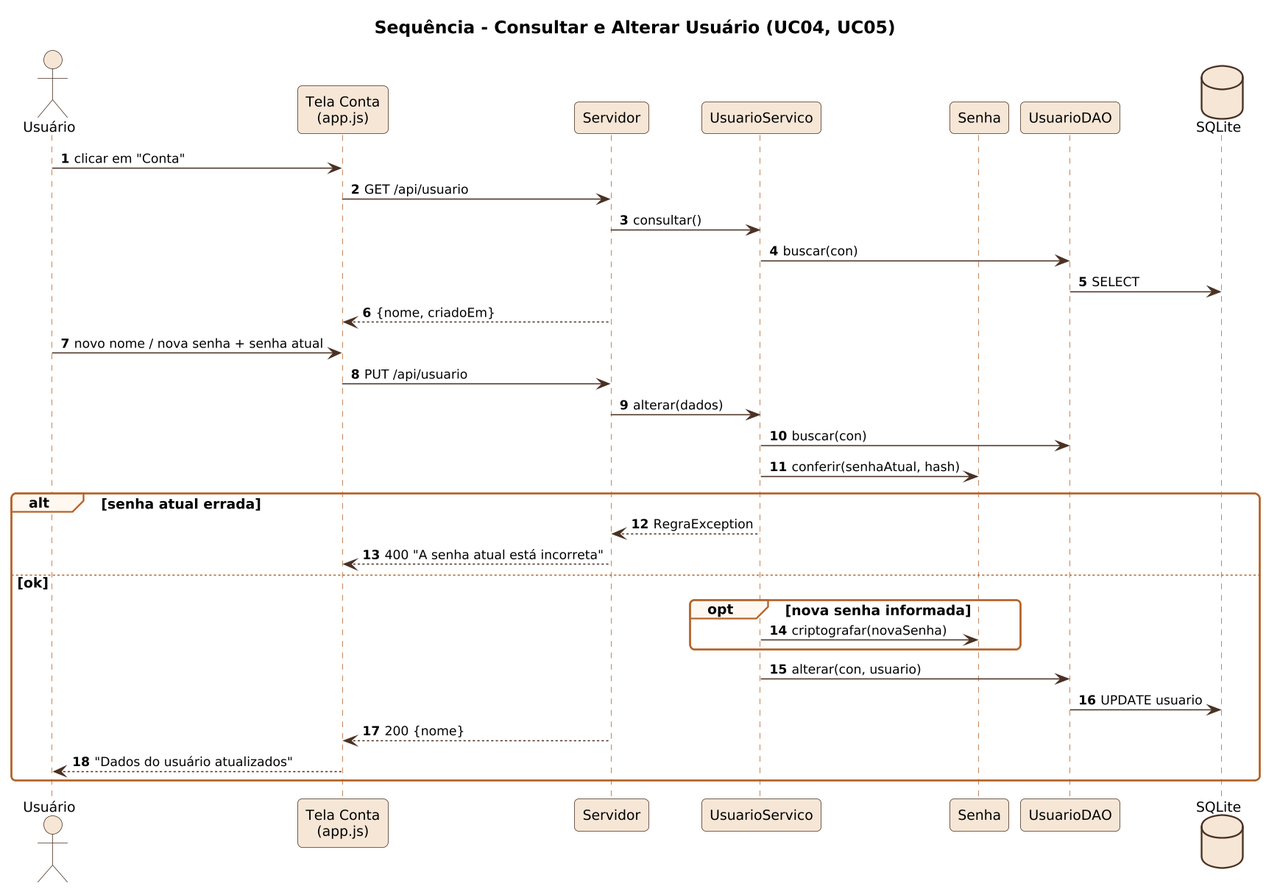
The PlantUML diagram docs/diagramas/png/S03_seq_alterar_usuario.png in Hallff/ConfeitaSys, before a commit.
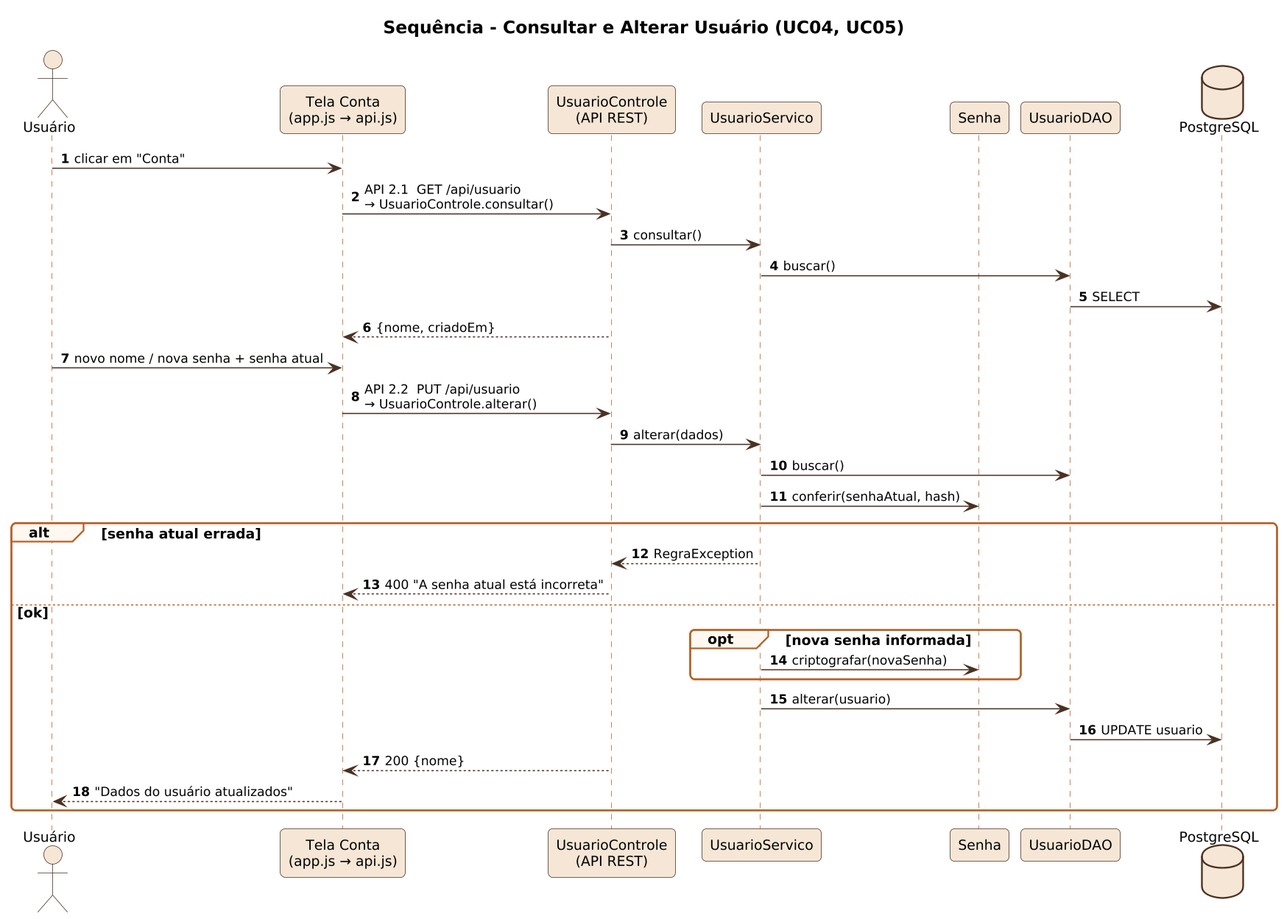
The same diagram one commit later.

The edit, as a diff of the source:
```diff
@@ -2,22 +2,22 @@
 !include _seq.iuml
 title Sequência - Consultar e Alterar Usuário (UC04, UC05)
 actor Usuário as U
-participant "Tela Conta\n(app.js)" as T
-participant Servidor as S
+participant "Tela Conta\n(app.js → api.js)" as T
+participant "UsuarioControle\n(API REST)" as S
 participant UsuarioServico as US
 participant Senha
 participant UsuarioDAO as D
-database SQLite as DB
+database "PostgreSQL" as DB
 U -> T : clicar em "Conta"
-T -> S : GET /api/usuario
+T -> S : API 2.1  GET /api/usuario\n→ UsuarioControle.consultar()
 S -> US : consultar()
-US -> D : buscar(con)
+US -> D : buscar()
 D -> DB : SELECT
 S --> T : {nome, criadoEm}
 U -> T : novo nome / nova senha + senha atual
-T -> S : PUT /api/usuario
+T -> S : API 2.2  PUT /api/usuario\n→ UsuarioControle.alterar()
 S -> US : alterar(dados)
-US -> D : buscar(con)
+US -> D : buscar()
 US -> Senha : conferir(senhaAtual, hash)
 alt senha atual errada
   US --> S : RegraException
@@ -26,7 +26,7 @@
   opt nova senha informada
     US -> Senha : criptografar(novaSenha)
   end
-  US -> D : alterar(con, usuario)
+  US -> D : alterar(usuario)
   D -> DB : UPDATE usuario
   S --> T : 200 {nome}
   T --> U : "Dados do usuário atualizados"
```
